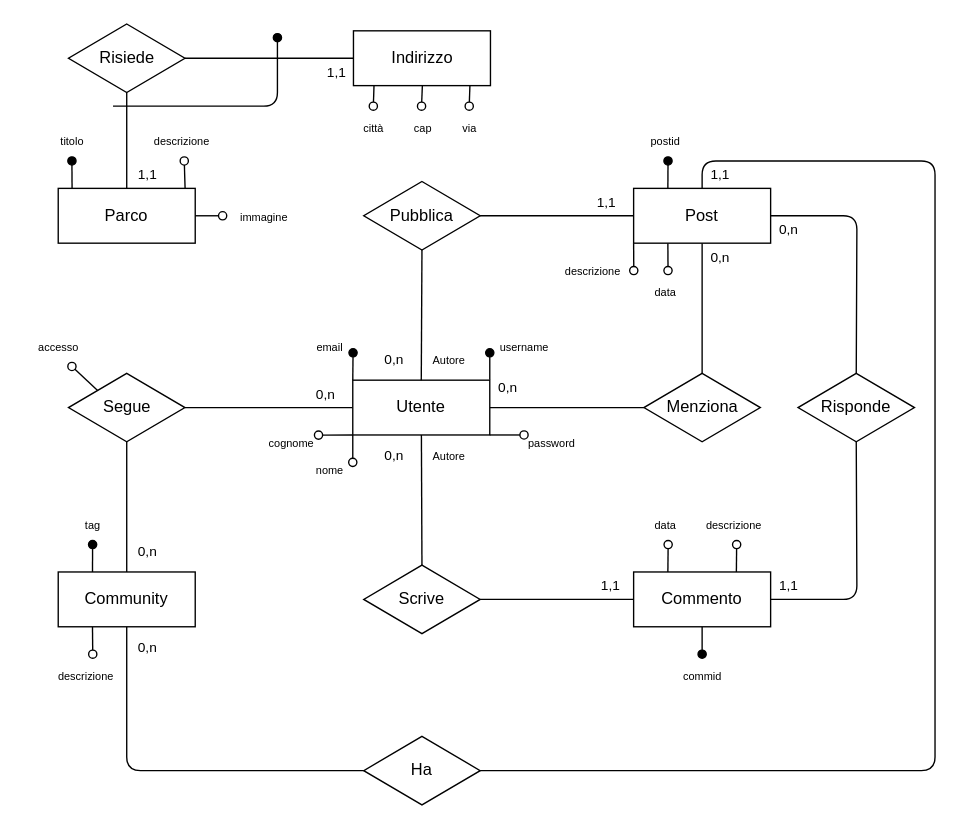
Earlier version of the draw.io diagram docs/db/diagrams/er.drawio (FlavioVentu/calige). Source tidied: cells renumbered, new cells numbered last; positions are measured from the earlier drawing's top-left corner, leaving out a move shared by most shapes. Both pictures are drawn from the tidied source at 137%, with x=0, y=0 at pixel (23, 23).
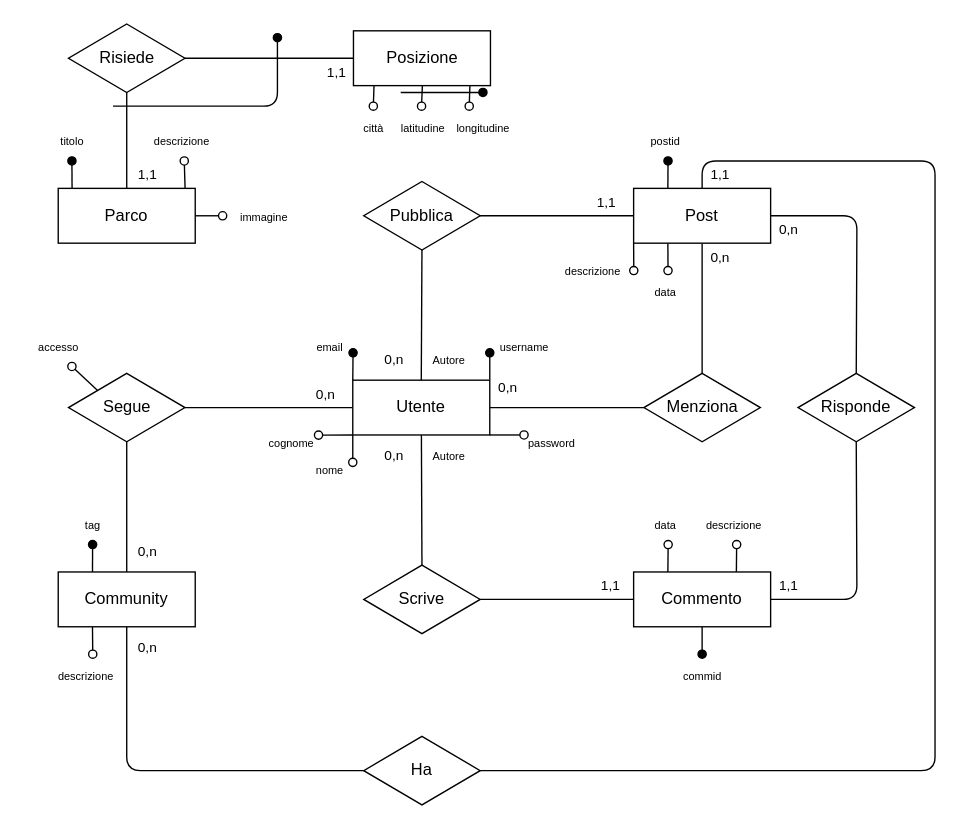
The same diagram, later.

The edit, as a diff of the source:
```diff
@@
-    <mxCell id="46" value="Indirizzo" style="whiteSpace=wrap;html=1;align=center;" parent="1" vertex="1">
+    <mxCell id="46" value="Posizione" style="whiteSpace=wrap;html=1;align=center;" parent="1" vertex="1">
       <mxGeometry x="240.5" y="5" width="100" height="40" as="geometry" />
     </mxCell>
@@
-    <mxCell id="50" value="&lt;span style=&quot;font-size: 8px;&quot;&gt;via&lt;/span&gt;" style="text;html=1;align=center;verticalAlign=middle;strokeColor=none;fillColor=none;" parent="1" vertex="1">
-      <mxGeometry x="310" y="60" width="30" height="30" as="geometry" />
+    <mxCell id="50" value="&lt;span style=&quot;font-size: 8px;&quot;&gt;longitudine&lt;/span&gt;" style="text;html=1;align=center;verticalAlign=middle;strokeColor=none;fillColor=none;" parent="1" vertex="1">
+      <mxGeometry x="305" y="60" width="60" height="30" as="geometry" />
     </mxCell>
-    <mxCell id="51" value="&lt;span style=&quot;font-size: 8px;&quot;&gt;cap&lt;/span&gt;" style="text;html=1;align=center;verticalAlign=middle;strokeColor=none;fillColor=none;" parent="1" vertex="1">
-      <mxGeometry x="270.5" y="60" width="40" height="30" as="geometry" />
+    <mxCell id="51" value="&lt;span style=&quot;font-size: 8px;&quot;&gt;latitudine&lt;/span&gt;" style="text;html=1;align=center;verticalAlign=middle;strokeColor=none;fillColor=none;" parent="1" vertex="1">
+      <mxGeometry x="260.5" y="60" width="60" height="30" as="geometry" />
     </mxCell>
@@
+    <mxCell id="86" style="edgeStyle=none;html=1;endArrow=oval;endFill=1;" parent="1" edge="1">
+      <mxGeometry relative="1" as="geometry">
+        <mxPoint x="275" y="50" as="sourcePoint" />
+        <mxPoint x="335" y="50" as="targetPoint" />
+        <Array as="points">
+          <mxPoint x="305" y="50" />
+        </Array>
+      </mxGeometry>
+    </mxCell>
```
